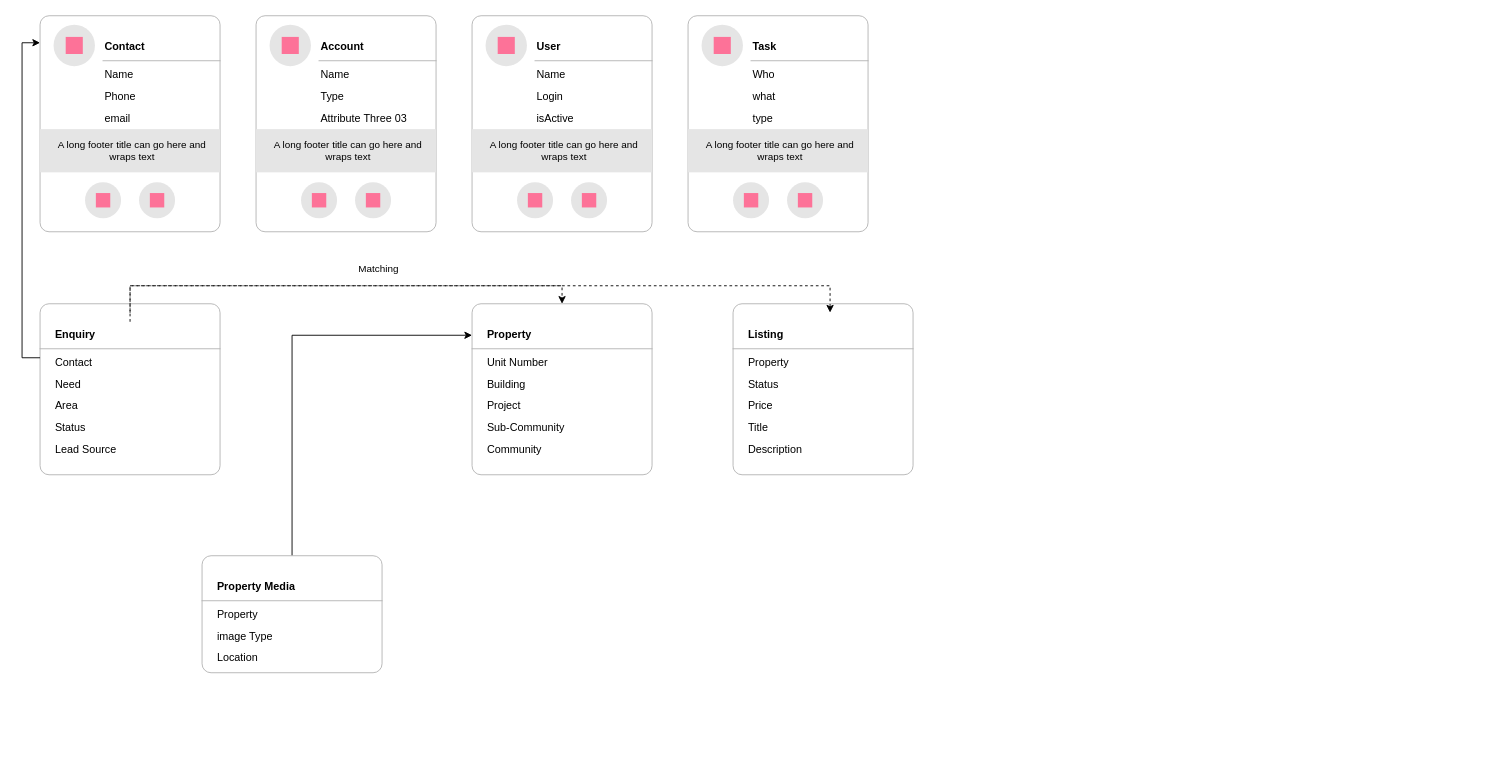
This is page "Property base Objects" (3 of 22) of Real Estate Business.drawio from ybbhosale2023/Propertybase, a draw.io file, before an edit. Source tidied: cells renumbered, new cells numbered last; positions are measured from the earlier drawing's top-left corner, leaving out a move shared by most shapes. Both pictures are drawn from the tidied source at 90%, with x=0, y=0 at pixel (22, 15).
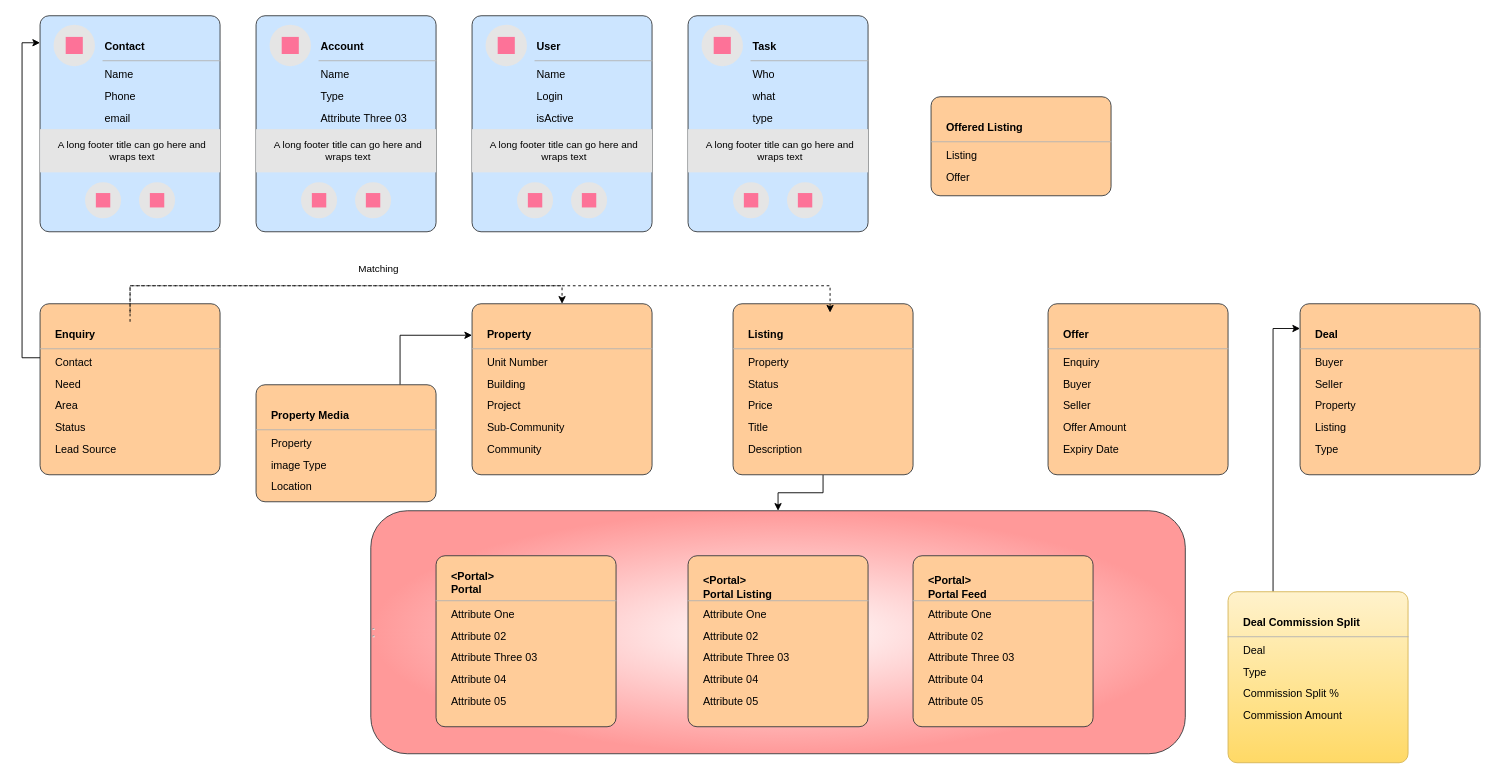
The same diagram, later.

Change to the diagram source:
```diff
@@
+    <mxCell id="81" value="&lt;div style=&quot;&quot;&gt;&lt;hr&gt;&lt;hr style=&quot;text-align: right;&quot;&gt;&lt;/div&gt;" style="rounded=1;whiteSpace=wrap;html=1;fillColor=default;strokeColor=#36393d;gradientColor=#FF9999;gradientDirection=radial;align=left;" parent="1" vertex="1">
+      <mxGeometry x="387.5" y="550" width="905" height="270" as="geometry" />
+    </mxCell>
-    <mxCell id="2" style="rounded=1;whiteSpace=wrap;html=1;strokeColor=#B3B3B3;arcSize=20;absoluteArcSize=1;" parent="1" vertex="1">
+    <mxCell id="2" style="rounded=1;whiteSpace=wrap;html=1;strokeColor=#36393d;arcSize=20;absoluteArcSize=1;fillColor=#cce5ff;" parent="1" vertex="1">
       <mxGeometry x="20" width="200" height="240" as="geometry" />
     </mxCell>
@@
-    <mxCell id="14" style="rounded=1;whiteSpace=wrap;html=1;strokeColor=#B3B3B3;arcSize=20;absoluteArcSize=1;" parent="1" vertex="1">
+    <mxCell id="14" style="rounded=1;whiteSpace=wrap;html=1;strokeColor=#36393d;arcSize=20;absoluteArcSize=1;fillColor=#cce5ff;" parent="1" vertex="1">
       <mxGeometry x="260" width="200" height="240" as="geometry" />
     </mxCell>
@@
-    <mxCell id="26" style="rounded=1;whiteSpace=wrap;html=1;strokeColor=#B3B3B3;arcSize=20;absoluteArcSize=1;" parent="1" vertex="1">
+    <mxCell id="26" style="rounded=1;whiteSpace=wrap;html=1;strokeColor=#36393d;arcSize=20;absoluteArcSize=1;fillColor=#cce5ff;" parent="1" vertex="1">
       <mxGeometry x="500" width="200" height="240" as="geometry" />
     </mxCell>
@@
-    <mxCell id="38" style="rounded=1;whiteSpace=wrap;html=1;strokeColor=#B3B3B3;arcSize=20;absoluteArcSize=1;" parent="1" vertex="1">
+    <mxCell id="38" style="rounded=1;whiteSpace=wrap;html=1;strokeColor=#36393d;arcSize=20;absoluteArcSize=1;fillColor=#cce5ff;" parent="1" vertex="1">
       <mxGeometry x="740" width="200" height="240" as="geometry" />
     </mxCell>
@@
-    <mxCell id="50" style="rounded=1;whiteSpace=wrap;html=1;strokeColor=#B3B3B3;arcSize=20;absoluteArcSize=1;" parent="1" vertex="1">
+    <mxCell id="50" style="rounded=1;whiteSpace=wrap;html=1;strokeColor=#36393d;arcSize=20;absoluteArcSize=1;fillColor=#ffcc99;" parent="1" vertex="1">
       <mxGeometry x="20" y="320" width="200" height="190" as="geometry" />
     </mxCell>
@@
-    <mxCell id="58" style="rounded=1;whiteSpace=wrap;html=1;strokeColor=#B3B3B3;arcSize=20;absoluteArcSize=1;" parent="1" vertex="1">
+    <mxCell id="58" style="rounded=1;whiteSpace=wrap;html=1;strokeColor=#36393d;arcSize=20;absoluteArcSize=1;fillColor=#ffcc99;" parent="1" vertex="1">
       <mxGeometry x="500" y="320" width="200" height="190" as="geometry" />
     </mxCell>
@@
+    <mxCell id="82" style="edgeStyle=orthogonalEdgeStyle;rounded=0;jettySize=auto;html=1;" parent="1" edge="1" source="65" target="81">
+      <mxGeometry relative="1" as="geometry" />
+    </mxCell>
-    <mxCell id="65" style="rounded=1;whiteSpace=wrap;html=1;strokeColor=#B3B3B3;arcSize=20;absoluteArcSize=1;" parent="1" vertex="1">
+    <mxCell id="65" style="rounded=1;whiteSpace=wrap;html=1;strokeColor=#36393d;arcSize=20;absoluteArcSize=1;fillColor=#ffcc99;" parent="1" vertex="1">
       <mxGeometry x="790" y="320" width="200" height="190" as="geometry" />
     </mxCell>
@@
-    <mxCell id="73" style="rounded=1;whiteSpace=wrap;html=1;strokeColor=#B3B3B3;arcSize=20;absoluteArcSize=1;" parent="1" vertex="1">
-      <mxGeometry x="200" y="600" width="200" height="130" as="geometry" />
+    <mxCell id="73" style="rounded=1;whiteSpace=wrap;html=1;strokeColor=#36393d;arcSize=20;absoluteArcSize=1;fillColor=#ffcc99;" parent="1" vertex="1">
+      <mxGeometry x="260" y="410" width="200" height="130" as="geometry" />
     </mxCell>
@@
+    <mxCell id="83" style="rounded=1;whiteSpace=wrap;html=1;strokeColor=#36393d;arcSize=20;absoluteArcSize=1;fillColor=#ffcc99;" parent="1" vertex="1">
+      <mxGeometry x="1140" y="320" width="200" height="190" as="geometry" />
+    </mxCell>
+    <mxCell id="84" value="Offer" style="shape=partialRectangle;whiteSpace=wrap;html=1;top=0;left=0;fillColor=none;right=0;fontStyle=1;align=left;strokeColor=#B3B3B3;spacingLeft=15;" parent="83" vertex="1">
+      <mxGeometry width="200" height="30" relative="1" as="geometry">
+        <mxPoint y="20" as="offset" />
+      </mxGeometry>
+    </mxCell>
+    <mxCell id="85" value="Enquiry" style="text;html=1;strokeColor=none;fillColor=none;align=left;verticalAlign=middle;whiteSpace=wrap;rounded=0;spacingLeft=15;" parent="83" vertex="1">
+      <mxGeometry width="200" height="24" relative="1" as="geometry">
+        <mxPoint y="54" as="offset" />
+      </mxGeometry>
+    </mxCell>
+    <mxCell id="86" value="Buyer" style="text;html=1;strokeColor=none;fillColor=none;align=left;verticalAlign=middle;whiteSpace=wrap;rounded=0;spacingLeft=15;" parent="83" vertex="1">
+      <mxGeometry width="200" height="24" relative="1" as="geometry">
+        <mxPoint y="78" as="offset" />
+      </mxGeometry>
+    </mxCell>
+    <mxCell id="87" value="Seller" style="text;html=1;strokeColor=none;fillColor=none;align=left;verticalAlign=middle;whiteSpace=wrap;rounded=0;spacingLeft=15;" parent="83" vertex="1">
+      <mxGeometry width="200" height="24" relative="1" as="geometry">
+        <mxPoint y="102" as="offset" />
+      </mxGeometry>
+    </mxCell>
+    <mxCell id="88" value="Offer Amount" style="text;html=1;strokeColor=none;fillColor=none;align=left;verticalAlign=middle;whiteSpace=wrap;rounded=0;spacingLeft=15;" parent="83" vertex="1">
+      <mxGeometry width="200" height="24" relative="1" as="geometry">
+        <mxPoint y="126" as="offset" />
+      </mxGeometry>
+    </mxCell>
+    <mxCell id="89" value="Expiry Date" style="text;html=1;strokeColor=none;fillColor=none;align=left;verticalAlign=middle;whiteSpace=wrap;rounded=0;spacingLeft=15;" parent="83" vertex="1">
+      <mxGeometry width="200" height="24" relative="1" as="geometry">
+        <mxPoint y="150" as="offset" />
+      </mxGeometry>
+    </mxCell>
+    <mxCell id="90" style="rounded=1;whiteSpace=wrap;html=1;strokeColor=#36393d;arcSize=20;absoluteArcSize=1;fillColor=#ffcc99;" parent="1" vertex="1">
+      <mxGeometry x="1420" y="320" width="200" height="190" as="geometry" />
+    </mxCell>
+    <mxCell id="91" value="Deal" style="shape=partialRectangle;whiteSpace=wrap;html=1;top=0;left=0;fillColor=none;right=0;fontStyle=1;align=left;strokeColor=#B3B3B3;spacingLeft=15;" parent="90" vertex="1">
+      <mxGeometry width="200" height="30" relative="1" as="geometry">
+        <mxPoint y="20" as="offset" />
+      </mxGeometry>
+    </mxCell>
+    <mxCell id="92" value="Buyer" style="text;html=1;strokeColor=none;fillColor=none;align=left;verticalAlign=middle;whiteSpace=wrap;rounded=0;spacingLeft=15;" parent="90" vertex="1">
+      <mxGeometry width="200" height="24" relative="1" as="geometry">
+        <mxPoint y="54" as="offset" />
+      </mxGeometry>
+    </mxCell>
+    <mxCell id="93" value="Seller" style="text;html=1;strokeColor=none;fillColor=none;align=left;verticalAlign=middle;whiteSpace=wrap;rounded=0;spacingLeft=15;" parent="90" vertex="1">
+      <mxGeometry width="200" height="24" relative="1" as="geometry">
+        <mxPoint y="78" as="offset" />
+      </mxGeometry>
+    </mxCell>
+    <mxCell id="94" value="Property" style="text;html=1;strokeColor=none;fillColor=none;align=left;verticalAlign=middle;whiteSpace=wrap;rounded=0;spacingLeft=15;" parent="90" vertex="1">
+      <mxGeometry width="200" height="24" relative="1" as="geometry">
+        <mxPoint y="102" as="offset" />
+      </mxGeometry>
+    </mxCell>
+    <mxCell id="95" value="Listing" style="text;html=1;strokeColor=none;fillColor=none;align=left;verticalAlign=middle;whiteSpace=wrap;rounded=0;spacingLeft=15;" parent="90" vertex="1">
+      <mxGeometry width="200" height="24" relative="1" as="geometry">
+        <mxPoint y="126" as="offset" />
+      </mxGeometry>
+    </mxCell>
+    <mxCell id="96" value="Type" style="text;html=1;strokeColor=none;fillColor=none;align=left;verticalAlign=middle;whiteSpace=wrap;rounded=0;spacingLeft=15;" parent="90" vertex="1">
+      <mxGeometry width="200" height="24" relative="1" as="geometry">
+        <mxPoint y="150" as="offset" />
+      </mxGeometry>
+    </mxCell>
+    <mxCell id="97" style="edgeStyle=orthogonalEdgeStyle;rounded=0;jettySize=auto;html=1;exitX=0.25;exitY=0;exitDx=0;exitDy=0;entryX=0;entryY=0.25;entryDx=0;entryDy=0;" parent="1" edge="1" source="98" target="91">
+      <mxGeometry relative="1" as="geometry" />
+    </mxCell>
+    <mxCell id="98" style="rounded=1;whiteSpace=wrap;html=1;strokeColor=#d6b656;arcSize=20;absoluteArcSize=1;fillColor=#fff2cc;gradientColor=#ffd966;" parent="1" vertex="1">
+      <mxGeometry x="1340" y="640" width="200" height="190" as="geometry" />
+    </mxCell>
+    <mxCell id="99" value="Deal Commission Split" style="shape=partialRectangle;whiteSpace=wrap;html=1;top=0;left=0;fillColor=none;right=0;fontStyle=1;align=left;strokeColor=#B3B3B3;spacingLeft=15;" parent="98" vertex="1">
+      <mxGeometry width="200" height="30" relative="1" as="geometry">
+        <mxPoint y="20" as="offset" />
+      </mxGeometry>
+    </mxCell>
+    <mxCell id="100" value="Deal&amp;nbsp;" style="text;html=1;strokeColor=none;fillColor=none;align=left;verticalAlign=middle;whiteSpace=wrap;rounded=0;spacingLeft=15;" parent="98" vertex="1">
+      <mxGeometry width="200" height="24" relative="1" as="geometry">
+        <mxPoint y="54" as="offset" />
+      </mxGeometry>
+    </mxCell>
+    <mxCell id="101" value="Type" style="text;html=1;strokeColor=none;fillColor=none;align=left;verticalAlign=middle;whiteSpace=wrap;rounded=0;spacingLeft=15;" parent="98" vertex="1">
+      <mxGeometry width="200" height="24" relative="1" as="geometry">
+        <mxPoint y="78" as="offset" />
+      </mxGeometry>
+    </mxCell>
+    <mxCell id="102" value="Commission Split %" style="text;html=1;strokeColor=none;fillColor=none;align=left;verticalAlign=middle;whiteSpace=wrap;rounded=0;spacingLeft=15;" parent="98" vertex="1">
+      <mxGeometry width="200" height="24" relative="1" as="geometry">
+        <mxPoint y="102" as="offset" />
+      </mxGeometry>
+    </mxCell>
+    <mxCell id="103" value="Commission Amount" style="text;html=1;strokeColor=none;fillColor=none;align=left;verticalAlign=middle;whiteSpace=wrap;rounded=0;spacingLeft=15;" parent="98" vertex="1">
+      <mxGeometry width="200" height="24" relative="1" as="geometry">
+        <mxPoint y="126" as="offset" />
+      </mxGeometry>
+    </mxCell>
+    <mxCell id="104" style="rounded=1;whiteSpace=wrap;html=1;strokeColor=#36393d;arcSize=20;absoluteArcSize=1;fillColor=#ffcc99;" parent="1" vertex="1">
+      <mxGeometry x="460" y="600" width="200" height="190" as="geometry" />
+    </mxCell>
+    <mxCell id="105" value="&amp;lt;Portal&amp;gt;&amp;nbsp;&lt;div&gt;Portal&lt;/div&gt;" style="shape=partialRectangle;whiteSpace=wrap;html=1;top=0;left=0;fillColor=none;right=0;fontStyle=1;align=left;strokeColor=#B3B3B3;spacingLeft=15;" parent="104" vertex="1">
+      <mxGeometry width="200" height="40" relative="1" as="geometry">
+        <mxPoint y="10" as="offset" />
+      </mxGeometry>
+    </mxCell>
+    <mxCell id="106" value="Attribute One" style="text;html=1;strokeColor=none;fillColor=none;align=left;verticalAlign=middle;whiteSpace=wrap;rounded=0;spacingLeft=15;" parent="104" vertex="1">
+      <mxGeometry width="200" height="24" relative="1" as="geometry">
+        <mxPoint y="54" as="offset" />
+      </mxGeometry>
+    </mxCell>
+    <mxCell id="107" value="Attribute 02" style="text;html=1;strokeColor=none;fillColor=none;align=left;verticalAlign=middle;whiteSpace=wrap;rounded=0;spacingLeft=15;" parent="104" vertex="1">
+      <mxGeometry width="200" height="24" relative="1" as="geometry">
+        <mxPoint y="78" as="offset" />
+      </mxGeometry>
+    </mxCell>
+    <mxCell id="108" value="Attribute Three 03" style="text;html=1;strokeColor=none;fillColor=none;align=left;verticalAlign=middle;whiteSpace=wrap;rounded=0;spacingLeft=15;" parent="104" vertex="1">
+      <mxGeometry width="200" height="24" relative="1" as="geometry">
+        <mxPoint y="102" as="offset" />
+      </mxGeometry>
+    </mxCell>
+    <mxCell id="109" value="Attribute 04" style="text;html=1;strokeColor=none;fillColor=none;align=left;verticalAlign=middle;whiteSpace=wrap;rounded=0;spacingLeft=15;" parent="104" vertex="1">
+      <mxGeometry width="200" height="24" relative="1" as="geometry">
+        <mxPoint y="126" as="offset" />
+      </mxGeometry>
+    </mxCell>
+    <mxCell id="110" value="Attribute 05" style="text;html=1;strokeColor=none;fillColor=none;align=left;verticalAlign=middle;whiteSpace=wrap;rounded=0;spacingLeft=15;" parent="104" vertex="1">
+      <mxGeometry width="200" height="24" relative="1" as="geometry">
+        <mxPoint y="150" as="offset" />
+      </mxGeometry>
+    </mxCell>
+    <mxCell id="111" style="rounded=1;whiteSpace=wrap;html=1;strokeColor=#36393d;arcSize=20;absoluteArcSize=1;fillColor=#ffcc99;" parent="1" vertex="1">
+      <mxGeometry x="740" y="600" width="200" height="190" as="geometry" />
+    </mxCell>
+    <mxCell id="112" value="&amp;lt;Portal&amp;gt;&amp;nbsp;&lt;div&gt;Portal Listing&lt;/div&gt;" style="shape=partialRectangle;whiteSpace=wrap;html=1;top=0;left=0;fillColor=none;right=0;fontStyle=1;align=left;strokeColor=#B3B3B3;spacingLeft=15;" parent="111" vertex="1">
+      <mxGeometry width="200" height="30" relative="1" as="geometry">
+        <mxPoint y="20" as="offset" />
+      </mxGeometry>
+    </mxCell>
+    <mxCell id="113" value="Attribute One" style="text;html=1;strokeColor=none;fillColor=none;align=left;verticalAlign=middle;whiteSpace=wrap;rounded=0;spacingLeft=15;" parent="111" vertex="1">
+      <mxGeometry width="200" height="24" relative="1" as="geometry">
+        <mxPoint y="54" as="offset" />
+      </mxGeometry>
+    </mxCell>
+    <mxCell id="114" value="Attribute 02" style="text;html=1;strokeColor=none;fillColor=none;align=left;verticalAlign=middle;whiteSpace=wrap;rounded=0;spacingLeft=15;" parent="111" vertex="1">
+      <mxGeometry width="200" height="24" relative="1" as="geometry">
+        <mxPoint y="78" as="offset" />
+      </mxGeometry>
+    </mxCell>
+    <mxCell id="115" value="Attribute Three 03" style="text;html=1;strokeColor=none;fillColor=none;align=left;verticalAlign=middle;whiteSpace=wrap;rounded=0;spacingLeft=15;" parent="111" vertex="1">
+      <mxGeometry width="200" height="24" relative="1" as="geometry">
+        <mxPoint y="102" as="offset" />
+      </mxGeometry>
+    </mxCell>
+    <mxCell id="116" value="Attribute 04" style="text;html=1;strokeColor=none;fillColor=none;align=left;verticalAlign=middle;whiteSpace=wrap;rounded=0;spacingLeft=15;" parent="111" vertex="1">
+      <mxGeometry width="200" height="24" relative="1" as="geometry">
+        <mxPoint y="126" as="offset" />
+      </mxGeometry>
+    </mxCell>
+    <mxCell id="117" value="Attribute 05" style="text;html=1;strokeColor=none;fillColor=none;align=left;verticalAlign=middle;whiteSpace=wrap;rounded=0;spacingLeft=15;" parent="111" vertex="1">
+      <mxGeometry width="200" height="24" relative="1" as="geometry">
+        <mxPoint y="150" as="offset" />
+      </mxGeometry>
+    </mxCell>
+    <mxCell id="118" style="rounded=1;whiteSpace=wrap;html=1;strokeColor=#36393d;arcSize=20;absoluteArcSize=1;fillColor=#ffcc99;" parent="1" vertex="1">
+      <mxGeometry x="990" y="600" width="200" height="190" as="geometry" />
+    </mxCell>
+    <mxCell id="119" value="&amp;lt;Portal&amp;gt;&lt;div&gt;Portal Feed&lt;/div&gt;" style="shape=partialRectangle;whiteSpace=wrap;html=1;top=0;left=0;fillColor=none;right=0;fontStyle=1;align=left;strokeColor=#B3B3B3;spacingLeft=15;" parent="118" vertex="1">
+      <mxGeometry width="200" height="30" relative="1" as="geometry">
+        <mxPoint y="20" as="offset" />
+      </mxGeometry>
+    </mxCell>
+    <mxCell id="120" value="Attribute One" style="text;html=1;strokeColor=none;fillColor=none;align=left;verticalAlign=middle;whiteSpace=wrap;rounded=0;spacingLeft=15;" parent="118" vertex="1">
+      <mxGeometry width="200" height="24" relative="1" as="geometry">
+        <mxPoint y="54" as="offset" />
+      </mxGeometry>
+    </mxCell>
+    <mxCell id="121" value="Attribute 02" style="text;html=1;strokeColor=none;fillColor=none;align=left;verticalAlign=middle;whiteSpace=wrap;rounded=0;spacingLeft=15;" parent="118" vertex="1">
+      <mxGeometry width="200" height="24" relative="1" as="geometry">
+        <mxPoint y="78" as="offset" />
+      </mxGeometry>
+    </mxCell>
+    <mxCell id="122" value="Attribute Three 03" style="text;html=1;strokeColor=none;fillColor=none;align=left;verticalAlign=middle;whiteSpace=wrap;rounded=0;spacingLeft=15;" parent="118" vertex="1">
+      <mxGeometry width="200" height="24" relative="1" as="geometry">
+        <mxPoint y="102" as="offset" />
+      </mxGeometry>
+    </mxCell>
+    <mxCell id="123" value="Attribute 04" style="text;html=1;strokeColor=none;fillColor=none;align=left;verticalAlign=middle;whiteSpace=wrap;rounded=0;spacingLeft=15;" parent="118" vertex="1">
+      <mxGeometry width="200" height="24" relative="1" as="geometry">
+        <mxPoint y="126" as="offset" />
+      </mxGeometry>
+    </mxCell>
+    <mxCell id="124" value="Attribute 05" style="text;html=1;strokeColor=none;fillColor=none;align=left;verticalAlign=middle;whiteSpace=wrap;rounded=0;spacingLeft=15;" parent="118" vertex="1">
+      <mxGeometry width="200" height="24" relative="1" as="geometry">
+        <mxPoint y="150" as="offset" />
+      </mxGeometry>
+    </mxCell>
+    <mxCell id="125" style="rounded=1;whiteSpace=wrap;html=1;strokeColor=#36393d;arcSize=20;absoluteArcSize=1;fillColor=#ffcc99;" parent="1" vertex="1">
+      <mxGeometry x="1010" y="90" width="200" height="110" as="geometry" />
+    </mxCell>
+    <mxCell id="126" value="Offered Listing" style="shape=partialRectangle;whiteSpace=wrap;html=1;top=0;left=0;fillColor=none;right=0;fontStyle=1;align=left;strokeColor=#B3B3B3;spacingLeft=15;" parent="125" vertex="1">
+      <mxGeometry width="200" height="30" relative="1" as="geometry">
+        <mxPoint y="20" as="offset" />
+      </mxGeometry>
+    </mxCell>
+    <mxCell id="127" value="Listing" style="text;html=1;strokeColor=none;fillColor=none;align=left;verticalAlign=middle;whiteSpace=wrap;rounded=0;spacingLeft=15;" parent="125" vertex="1">
+      <mxGeometry width="200" height="24" relative="1" as="geometry">
+        <mxPoint y="54" as="offset" />
+      </mxGeometry>
+    </mxCell>
+    <mxCell id="128" value="Offer" style="text;html=1;strokeColor=none;fillColor=none;align=left;verticalAlign=middle;whiteSpace=wrap;rounded=0;spacingLeft=15;" parent="125" vertex="1">
+      <mxGeometry width="200" height="24" relative="1" as="geometry">
+        <mxPoint y="78" as="offset" />
+      </mxGeometry>
+    </mxCell>
```
